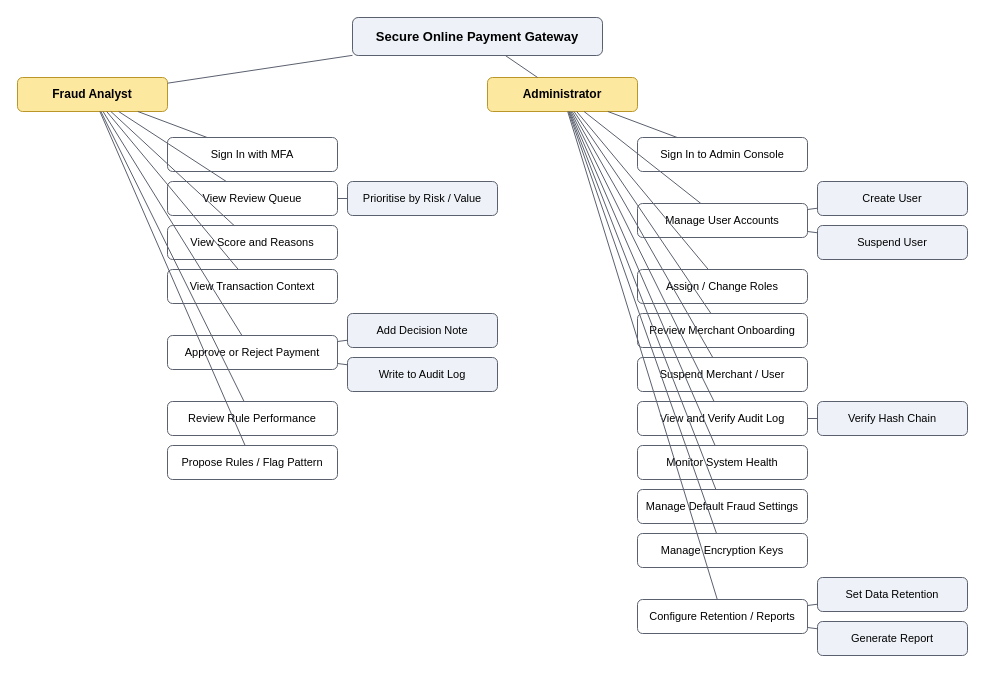
The draw.io diagram drawio/URS_FunctionalHierarchy_2.drawio in Beh69/FYP-CSIT321, before the edit. Source tidied: cells renumbered, new cells numbered last; positions are measured from the earlier drawing's top-left corner, leaving out a move shared by most shapes. Both pictures are drawn from the tidied source at 100%, with x=0, y=0 at pixel (17, 17).
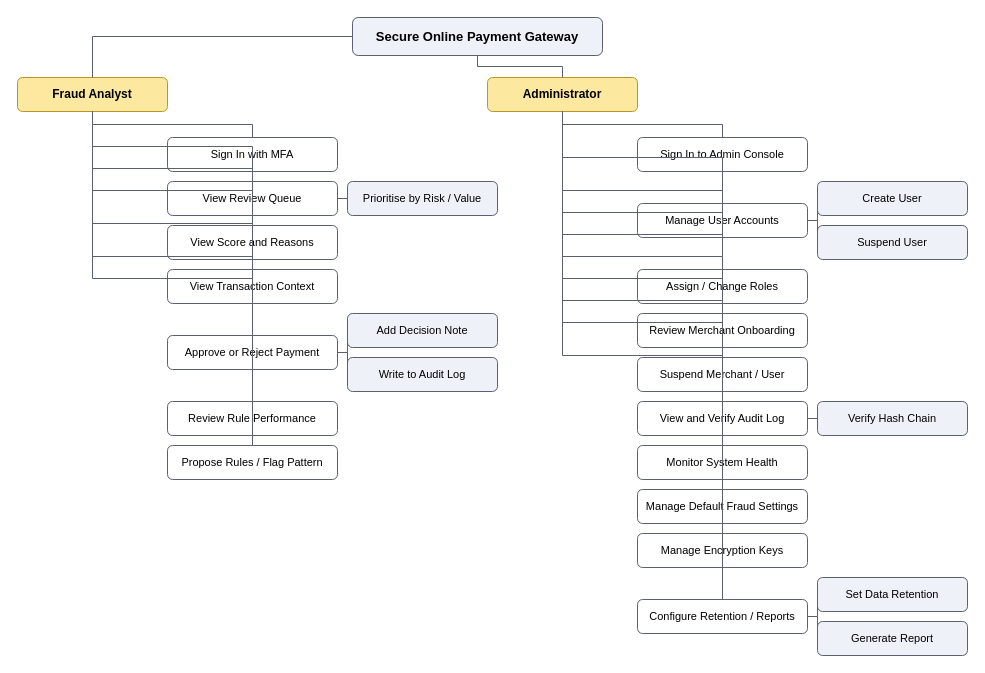
After the change.

Unchanged cells that the change refers to:
```xml
<mxCell id="2" value="Secure Online Payment Gateway" style="rounded=1;whiteSpace=wrap;html=1;fillColor=#eef2f8;strokeColor=#5a606e;fontSize=13;fontStyle=1;" parent="1" vertex="1">
<mxCell id="3" value="Fraud Analyst" style="rounded=1;whiteSpace=wrap;html=1;fillColor=#fde8a0;strokeColor=#ba9628;fontSize=12;fontStyle=1;" parent="1" vertex="1">
<mxCell id="5" value="Sign In with MFA" style="rounded=1;whiteSpace=wrap;html=1;fillColor=#ffffff;strokeColor=#5a606e;fontSize=11;" parent="1" vertex="1">
<mxCell id="7" value="View Review Queue" style="rounded=1;whiteSpace=wrap;html=1;fillColor=#ffffff;strokeColor=#5a606e;fontSize=11;" parent="1" vertex="1">
<mxCell id="9" value="Prioritise by Risk / Value" style="rounded=1;whiteSpace=wrap;html=1;fillColor=#eef2f8;strokeColor=#5a606e;fontSize=11;" parent="1" vertex="1">
<mxCell id="11" value="View Score and Reasons" style="rounded=1;whiteSpace=wrap;html=1;fillColor=#ffffff;strokeColor=#5a606e;fontSize=11;" parent="1" vertex="1">
<mxCell id="13" value="View Transaction Context" style="rounded=1;whiteSpace=wrap;html=1;fillColor=#ffffff;strokeColor=#5a606e;fontSize=11;" parent="1" vertex="1">
<mxCell id="15" value="Approve or Reject Payment" style="rounded=1;whiteSpace=wrap;html=1;fillColor=#ffffff;strokeColor=#5a606e;fontSize=11;" parent="1" vertex="1">
<mxCell id="17" value="Add Decision Note" style="rounded=1;whiteSpace=wrap;html=1;fillColor=#eef2f8;strokeColor=#5a606e;fontSize=11;" parent="1" vertex="1">
<mxCell id="19" value="Write to Audit Log" style="rounded=1;whiteSpace=wrap;html=1;fillColor=#eef2f8;strokeColor=#5a606e;fontSize=11;" parent="1" vertex="1">
<mxCell id="21" value="Review Rule Performance" style="rounded=1;whiteSpace=wrap;html=1;fillColor=#ffffff;strokeColor=#5a606e;fontSize=11;" parent="1" vertex="1">
<mxCell id="23" value="Propose Rules / Flag Pattern" style="rounded=1;whiteSpace=wrap;html=1;fillColor=#ffffff;strokeColor=#5a606e;fontSize=11;" parent="1" vertex="1">
<mxCell id="25" value="Administrator" style="rounded=1;whiteSpace=wrap;html=1;fillColor=#fde8a0;strokeColor=#ba9628;fontSize=12;fontStyle=1;" parent="1" vertex="1">
<mxCell id="27" value="Sign In to Admin Console" style="rounded=1;whiteSpace=wrap;html=1;fillColor=#ffffff;strokeColor=#5a606e;fontSize=11;" parent="1" vertex="1">
<mxCell id="29" value="Manage User Accounts" style="rounded=1;whiteSpace=wrap;html=1;fillColor=#ffffff;strokeColor=#5a606e;fontSize=11;" parent="1" vertex="1">
<mxCell id="31" value="Create User" style="rounded=1;whiteSpace=wrap;html=1;fillColor=#eef2f8;strokeColor=#5a606e;fontSize=11;" parent="1" vertex="1">
<mxCell id="33" value="Suspend User" style="rounded=1;whiteSpace=wrap;html=1;fillColor=#eef2f8;strokeColor=#5a606e;fontSize=11;" parent="1" vertex="1">
<mxCell id="35" value="Assign / Change Roles" style="rounded=1;whiteSpace=wrap;html=1;fillColor=#ffffff;strokeColor=#5a606e;fontSize=11;" parent="1" vertex="1">
<mxCell id="37" value="Review Merchant Onboarding" style="rounded=1;whiteSpace=wrap;html=1;fillColor=#ffffff;strokeColor=#5a606e;fontSize=11;" parent="1" vertex="1">
<mxCell id="39" value="Suspend Merchant / User" style="rounded=1;whiteSpace=wrap;html=1;fillColor=#ffffff;strokeColor=#5a606e;fontSize=11;" parent="1" vertex="1">
<mxCell id="41" value="View and Verify Audit Log" style="rounded=1;whiteSpace=wrap;html=1;fillColor=#ffffff;strokeColor=#5a606e;fontSize=11;" parent="1" vertex="1">
<mxCell id="43" value="Verify Hash Chain" style="rounded=1;whiteSpace=wrap;html=1;fillColor=#eef2f8;strokeColor=#5a606e;fontSize=11;" parent="1" vertex="1">
<mxCell id="45" value="Monitor System Health" style="rounded=1;whiteSpace=wrap;html=1;fillColor=#ffffff;strokeColor=#5a606e;fontSize=11;" parent="1" vertex="1">
<mxCell id="47" value="Manage Default Fraud Settings" style="rounded=1;whiteSpace=wrap;html=1;fillColor=#ffffff;strokeColor=#5a606e;fontSize=11;" parent="1" vertex="1">
<mxCell id="49" value="Manage Encryption Keys" style="rounded=1;whiteSpace=wrap;html=1;fillColor=#ffffff;strokeColor=#5a606e;fontSize=11;" parent="1" vertex="1">
<mxCell id="51" value="Configure Retention / Reports" style="rounded=1;whiteSpace=wrap;html=1;fillColor=#ffffff;strokeColor=#5a606e;fontSize=11;" parent="1" vertex="1">
<mxCell id="53" value="Set Data Retention" style="rounded=1;whiteSpace=wrap;html=1;fillColor=#eef2f8;strokeColor=#5a606e;fontSize=11;" parent="1" vertex="1">
<mxCell id="55" value="Generate Report" style="rounded=1;whiteSpace=wrap;html=1;fillColor=#eef2f8;strokeColor=#5a606e;fontSize=11;" parent="1" vertex="1">
```

What changed in the source:
```diff
@@
-    <mxCell id="4" style="endArrow=none;html=1;strokeColor=#5a606e;rounded=0;" parent="1" edge="1" source="2" target="3">
+    <mxCell id="4" style="edgeStyle=orthogonalEdgeStyle;endArrow=none;html=1;strokeColor=#5a606e;rounded=0;" parent="1" edge="1" source="2" target="3">
       <mxGeometry relative="1" as="geometry" />
     </mxCell>
@@
-    <mxCell id="6" style="endArrow=none;html=1;strokeColor=#5a606e;rounded=0;" parent="1" edge="1" source="3" target="5">
+    <mxCell id="6" style="edgeStyle=orthogonalEdgeStyle;endArrow=none;html=1;strokeColor=#5a606e;rounded=0;" parent="1" edge="1" source="3" target="5">
       <mxGeometry relative="1" as="geometry" />
     </mxCell>
@@
-    <mxCell id="8" style="endArrow=none;html=1;strokeColor=#5a606e;rounded=0;" parent="1" edge="1" source="3" target="7">
+    <mxCell id="8" style="edgeStyle=orthogonalEdgeStyle;endArrow=none;html=1;strokeColor=#5a606e;rounded=0;" parent="1" edge="1" source="3" target="7">
       <mxGeometry relative="1" as="geometry" />
     </mxCell>
@@
-    <mxCell id="10" style="endArrow=none;html=1;strokeColor=#5a606e;rounded=0;" parent="1" edge="1" source="7" target="9">
+    <mxCell id="10" style="edgeStyle=orthogonalEdgeStyle;endArrow=none;html=1;strokeColor=#5a606e;rounded=0;" parent="1" edge="1" source="7" target="9">
       <mxGeometry relative="1" as="geometry" />
     </mxCell>
@@
-    <mxCell id="12" style="endArrow=none;html=1;strokeColor=#5a606e;rounded=0;" parent="1" edge="1" source="3" target="11">
+    <mxCell id="12" style="edgeStyle=orthogonalEdgeStyle;endArrow=none;html=1;strokeColor=#5a606e;rounded=0;" parent="1" edge="1" source="3" target="11">
       <mxGeometry relative="1" as="geometry" />
     </mxCell>
@@
-    <mxCell id="14" style="endArrow=none;html=1;strokeColor=#5a606e;rounded=0;" parent="1" edge="1" source="3" target="13">
+    <mxCell id="14" style="edgeStyle=orthogonalEdgeStyle;endArrow=none;html=1;strokeColor=#5a606e;rounded=0;" parent="1" edge="1" source="3" target="13">
       <mxGeometry relative="1" as="geometry" />
     </mxCell>
@@
-    <mxCell id="16" style="endArrow=none;html=1;strokeColor=#5a606e;rounded=0;" parent="1" edge="1" source="3" target="15">
+    <mxCell id="16" style="edgeStyle=orthogonalEdgeStyle;endArrow=none;html=1;strokeColor=#5a606e;rounded=0;" parent="1" edge="1" source="3" target="15">
       <mxGeometry relative="1" as="geometry" />
     </mxCell>
@@
-    <mxCell id="18" style="endArrow=none;html=1;strokeColor=#5a606e;rounded=0;" parent="1" edge="1" source="15" target="17">
+    <mxCell id="18" style="edgeStyle=orthogonalEdgeStyle;endArrow=none;html=1;strokeColor=#5a606e;rounded=0;" parent="1" edge="1" source="15" target="17">
       <mxGeometry relative="1" as="geometry" />
     </mxCell>
@@
-    <mxCell id="20" style="endArrow=none;html=1;strokeColor=#5a606e;rounded=0;" parent="1" edge="1" source="15" target="19">
+    <mxCell id="20" style="edgeStyle=orthogonalEdgeStyle;endArrow=none;html=1;strokeColor=#5a606e;rounded=0;" parent="1" edge="1" source="15" target="19">
       <mxGeometry relative="1" as="geometry" />
     </mxCell>
@@
-    <mxCell id="22" style="endArrow=none;html=1;strokeColor=#5a606e;rounded=0;" parent="1" edge="1" source="3" target="21">
+    <mxCell id="22" style="edgeStyle=orthogonalEdgeStyle;endArrow=none;html=1;strokeColor=#5a606e;rounded=0;" parent="1" edge="1" source="3" target="21">
       <mxGeometry relative="1" as="geometry" />
     </mxCell>
@@
-    <mxCell id="24" style="endArrow=none;html=1;strokeColor=#5a606e;rounded=0;" parent="1" edge="1" source="3" target="23">
+    <mxCell id="24" style="edgeStyle=orthogonalEdgeStyle;endArrow=none;html=1;strokeColor=#5a606e;rounded=0;" parent="1" edge="1" source="3" target="23">
       <mxGeometry relative="1" as="geometry" />
     </mxCell>
@@
-    <mxCell id="26" style="endArrow=none;html=1;strokeColor=#5a606e;rounded=0;" parent="1" edge="1" source="2" target="25">
+    <mxCell id="26" style="edgeStyle=orthogonalEdgeStyle;endArrow=none;html=1;strokeColor=#5a606e;rounded=0;" parent="1" edge="1" source="2" target="25">
       <mxGeometry relative="1" as="geometry" />
     </mxCell>
@@
-    <mxCell id="28" style="endArrow=none;html=1;strokeColor=#5a606e;rounded=0;" parent="1" edge="1" source="25" target="27">
+    <mxCell id="28" style="edgeStyle=orthogonalEdgeStyle;endArrow=none;html=1;strokeColor=#5a606e;rounded=0;" parent="1" edge="1" source="25" target="27">
       <mxGeometry relative="1" as="geometry" />
     </mxCell>
@@
-    <mxCell id="30" style="endArrow=none;html=1;strokeColor=#5a606e;rounded=0;" parent="1" edge="1" source="25" target="29">
+    <mxCell id="30" style="edgeStyle=orthogonalEdgeStyle;endArrow=none;html=1;strokeColor=#5a606e;rounded=0;" parent="1" edge="1" source="25" target="29">
       <mxGeometry relative="1" as="geometry" />
     </mxCell>
@@
-    <mxCell id="32" style="endArrow=none;html=1;strokeColor=#5a606e;rounded=0;" parent="1" edge="1" source="29" target="31">
+    <mxCell id="32" style="edgeStyle=orthogonalEdgeStyle;endArrow=none;html=1;strokeColor=#5a606e;rounded=0;" parent="1" edge="1" source="29" target="31">
       <mxGeometry relative="1" as="geometry" />
     </mxCell>
@@
-    <mxCell id="34" style="endArrow=none;html=1;strokeColor=#5a606e;rounded=0;" parent="1" edge="1" source="29" target="33">
+    <mxCell id="34" style="edgeStyle=orthogonalEdgeStyle;endArrow=none;html=1;strokeColor=#5a606e;rounded=0;" parent="1" edge="1" source="29" target="33">
       <mxGeometry relative="1" as="geometry" />
     </mxCell>
@@
-    <mxCell id="36" style="endArrow=none;html=1;strokeColor=#5a606e;rounded=0;" parent="1" edge="1" source="25" target="35">
+    <mxCell id="36" style="edgeStyle=orthogonalEdgeStyle;endArrow=none;html=1;strokeColor=#5a606e;rounded=0;" parent="1" edge="1" source="25" target="35">
       <mxGeometry relative="1" as="geometry" />
     </mxCell>
@@
-    <mxCell id="38" style="endArrow=none;html=1;strokeColor=#5a606e;rounded=0;" parent="1" edge="1" source="25" target="37">
+    <mxCell id="38" style="edgeStyle=orthogonalEdgeStyle;endArrow=none;html=1;strokeColor=#5a606e;rounded=0;" parent="1" edge="1" source="25" target="37">
       <mxGeometry relative="1" as="geometry" />
     </mxCell>
@@
-    <mxCell id="40" style="endArrow=none;html=1;strokeColor=#5a606e;rounded=0;" parent="1" edge="1" source="25" target="39">
+    <mxCell id="40" style="edgeStyle=orthogonalEdgeStyle;endArrow=none;html=1;strokeColor=#5a606e;rounded=0;" parent="1" edge="1" source="25" target="39">
       <mxGeometry relative="1" as="geometry" />
     </mxCell>
@@
-    <mxCell id="42" style="endArrow=none;html=1;strokeColor=#5a606e;rounded=0;" parent="1" edge="1" source="25" target="41">
+    <mxCell id="42" style="edgeStyle=orthogonalEdgeStyle;endArrow=none;html=1;strokeColor=#5a606e;rounded=0;" parent="1" edge="1" source="25" target="41">
       <mxGeometry relative="1" as="geometry" />
     </mxCell>
@@
-    <mxCell id="44" style="endArrow=none;html=1;strokeColor=#5a606e;rounded=0;" parent="1" edge="1" source="41" target="43">
+    <mxCell id="44" style="edgeStyle=orthogonalEdgeStyle;endArrow=none;html=1;strokeColor=#5a606e;rounded=0;" parent="1" edge="1" source="41" target="43">
       <mxGeometry relative="1" as="geometry" />
     </mxCell>
@@
-    <mxCell id="46" style="endArrow=none;html=1;strokeColor=#5a606e;rounded=0;" parent="1" edge="1" source="25" target="45">
+    <mxCell id="46" style="edgeStyle=orthogonalEdgeStyle;endArrow=none;html=1;strokeColor=#5a606e;rounded=0;" parent="1" edge="1" source="25" target="45">
       <mxGeometry relative="1" as="geometry" />
     </mxCell>
@@
-    <mxCell id="48" style="endArrow=none;html=1;strokeColor=#5a606e;rounded=0;" parent="1" edge="1" source="25" target="47">
+    <mxCell id="48" style="edgeStyle=orthogonalEdgeStyle;endArrow=none;html=1;strokeColor=#5a606e;rounded=0;" parent="1" edge="1" source="25" target="47">
       <mxGeometry relative="1" as="geometry" />
     </mxCell>
@@
-    <mxCell id="50" style="endArrow=none;html=1;strokeColor=#5a606e;rounded=0;" parent="1" edge="1" source="25" target="49">
+    <mxCell id="50" style="edgeStyle=orthogonalEdgeStyle;endArrow=none;html=1;strokeColor=#5a606e;rounded=0;" parent="1" edge="1" source="25" target="49">
       <mxGeometry relative="1" as="geometry" />
     </mxCell>
@@
-    <mxCell id="52" style="endArrow=none;html=1;strokeColor=#5a606e;rounded=0;" parent="1" edge="1" source="25" target="51">
+    <mxCell id="52" style="edgeStyle=orthogonalEdgeStyle;endArrow=none;html=1;strokeColor=#5a606e;rounded=0;" parent="1" edge="1" source="25" target="51">
       <mxGeometry relative="1" as="geometry" />
     </mxCell>
@@
-    <mxCell id="54" style="endArrow=none;html=1;strokeColor=#5a606e;rounded=0;" parent="1" edge="1" source="51" target="53">
+    <mxCell id="54" style="edgeStyle=orthogonalEdgeStyle;endArrow=none;html=1;strokeColor=#5a606e;rounded=0;" parent="1" edge="1" source="51" target="53">
       <mxGeometry relative="1" as="geometry" />
     </mxCell>
@@
-    <mxCell id="56" style="endArrow=none;html=1;strokeColor=#5a606e;rounded=0;" parent="1" edge="1" source="51" target="55">
+    <mxCell id="56" style="edgeStyle=orthogonalEdgeStyle;endArrow=none;html=1;strokeColor=#5a606e;rounded=0;" parent="1" edge="1" source="51" target="55">
       <mxGeometry relative="1" as="geometry" />
     </mxCell>
```
